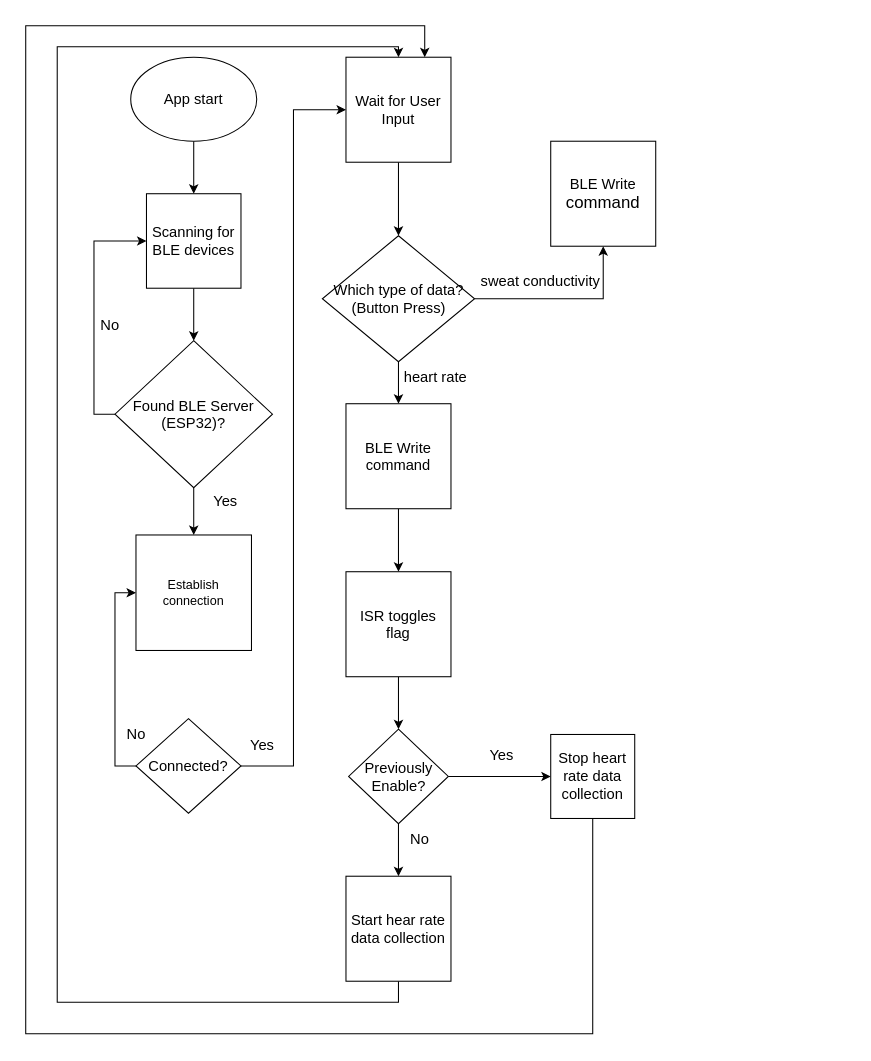
Earlier version of the draw.io diagram page "isr" (1 of 3) of software_overview.drawio (herbertbruyn/ECE477_HydraWise). Source tidied: cells renumbered, new cells numbered last; positions are measured from the earlier drawing's top-left corner, leaving out a move shared by most shapes. Both pictures are drawn from the tidied source at 105%, with x=0, y=0 at pixel (25, 25).
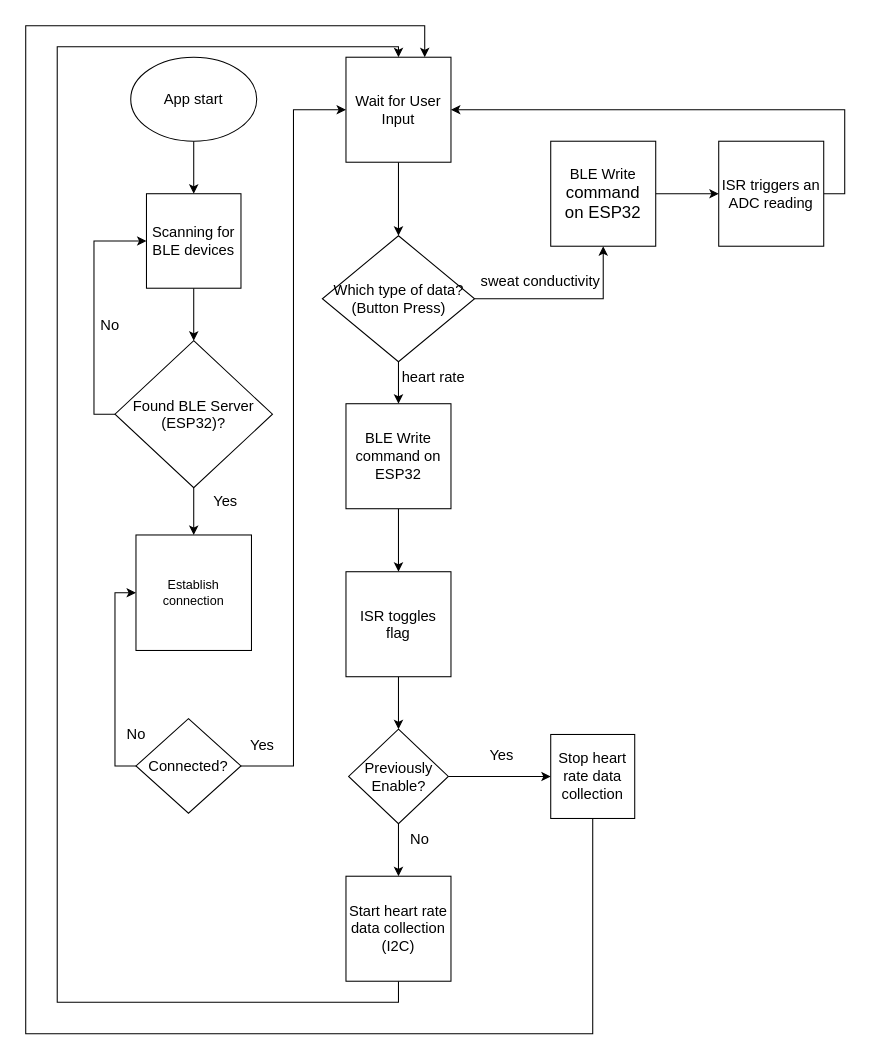
Above is the later version.

Unchanged cells that the change refers to:
```xml
<mxCell id="12" value="&lt;font style=&quot;font-size: 14px;&quot;&gt;Wait for User Input&lt;/font&gt;" style="whiteSpace=wrap;html=1;" parent="1" vertex="1">
  <mxGeometry x="305" y="30" width="100" height="100" as="geometry" />
</mxCell>
```

The edit, as a diff of the source:
```diff
@@
-    <mxCell id="23" value="&lt;font style=&quot;font-size: 14px;&quot;&gt;BLE Write command&lt;/font&gt;" style="whiteSpace=wrap;html=1;" parent="1" vertex="1">
+    <mxCell id="23" value="&lt;font style=&quot;font-size: 14px;&quot;&gt;BLE Write command on ESP32&lt;/font&gt;" style="whiteSpace=wrap;html=1;" parent="1" vertex="1">
       <mxGeometry x="305" y="360" width="100" height="100" as="geometry" />
     </mxCell>
     <mxCell id="24" value="&lt;font style=&quot;font-size: 14px;&quot;&gt;heart rate&lt;/font&gt;" style="text;html=1;align=center;verticalAlign=middle;strokeColor=none;fillColor=none;" parent="1" vertex="1">
-      <mxGeometry x="350" y="320" width="80" height="30" as="geometry" />
+      <mxGeometry x="347.5" y="320" width="80" height="30" as="geometry" />
     </mxCell>
+    <mxCell id="38" style="edgeStyle=orthogonalEdgeStyle;rounded=0;jettySize=auto;html=1;exitX=1;exitY=0.5;exitDx=0;exitDy=0;entryX=0;entryY=0.5;entryDx=0;entryDy=0;" parent="1" edge="1" source="25" target="40">
+      <mxGeometry relative="1" as="geometry" />
+    </mxCell>
-    <mxCell id="25" value="&lt;font style=&quot;font-size: 14px;&quot;&gt;BLE Write&lt;/font&gt;&lt;div&gt;&lt;font size=&quot;3&quot;&gt;command&lt;/font&gt;&lt;/div&gt;" style="whiteSpace=wrap;html=1;" parent="1" vertex="1">
+    <mxCell id="25" value="&lt;font style=&quot;font-size: 14px;&quot;&gt;BLE Write&lt;/font&gt;&lt;div&gt;&lt;font size=&quot;3&quot;&gt;command&lt;/font&gt;&lt;/div&gt;&lt;div&gt;&lt;font size=&quot;3&quot;&gt;on ESP32&lt;/font&gt;&lt;/div&gt;" style="whiteSpace=wrap;html=1;" parent="1" vertex="1">
       <mxGeometry x="500" y="110" width="100" height="100" as="geometry" />
     </mxCell>
@@
-    <mxCell id="30" value="&lt;span style=&quot;font-size: 14px;&quot;&gt;Start hear rate data collection&lt;/span&gt;" style="whiteSpace=wrap;html=1;" parent="1" vertex="1">
+    <mxCell id="30" value="&lt;span style=&quot;font-size: 14px;&quot;&gt;Start heart rate data collection&lt;/span&gt;&lt;div&gt;&lt;span style=&quot;font-size: 14px;&quot;&gt;(I2C)&lt;/span&gt;&lt;/div&gt;" style="whiteSpace=wrap;html=1;" parent="1" vertex="1">
       <mxGeometry x="305" y="810" width="100" height="100" as="geometry" />
     </mxCell>
@@
+    <mxCell id="39" style="edgeStyle=orthogonalEdgeStyle;rounded=0;jettySize=auto;html=1;exitX=1;exitY=0.5;exitDx=0;exitDy=0;entryX=1;entryY=0.5;entryDx=0;entryDy=0;" parent="1" edge="1" source="40" target="12">
+      <mxGeometry relative="1" as="geometry" />
+    </mxCell>
+    <mxCell id="40" value="&lt;span style=&quot;font-size: 14px;&quot;&gt;ISR triggers an ADC reading&lt;/span&gt;" style="whiteSpace=wrap;html=1;" parent="1" vertex="1">
+      <mxGeometry x="660" y="110" width="100" height="100" as="geometry" />
+    </mxCell>
```
